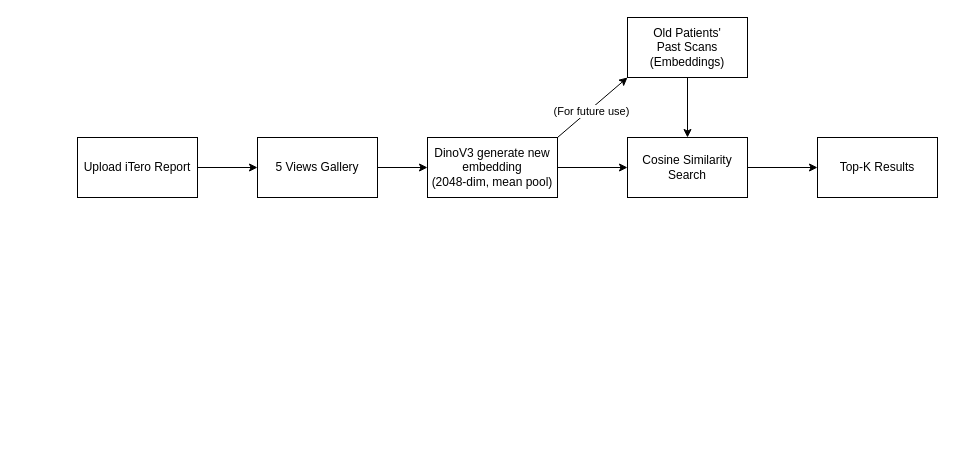
This is newArchitecture copy.dio from otaiwan1/ytp_oasis, a draw.io file, before an edit. Source tidied: cells renumbered, new cells numbered last; positions are measured from the earlier drawing's top-left corner, leaving out a move shared by most shapes. Both pictures are drawn from the tidied source at 100%, with x=0, y=0 at pixel (77, 17).
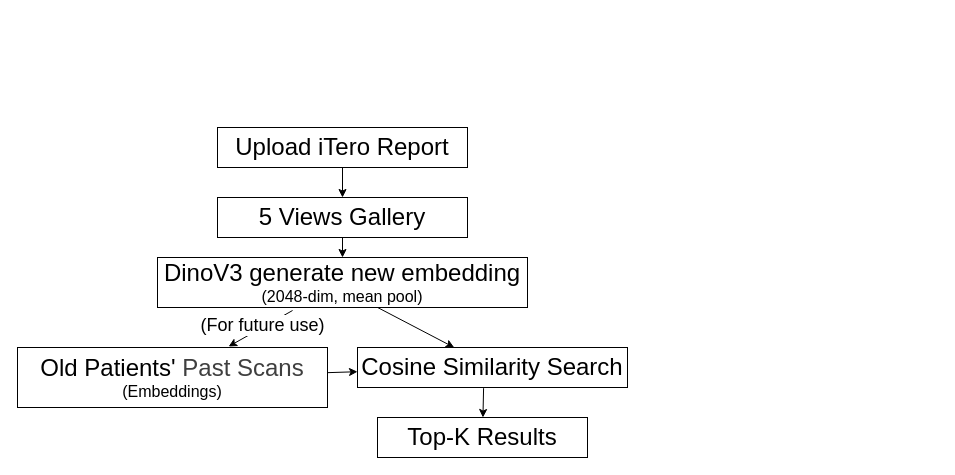
The same page after the edit.

Change to the diagram source:
```diff
@@
 <mxGraphModel>
   <root>
     <mxCell id="0" />
     <mxCell id="1" parent="0" />
     <mxCell id="2" style="edgeStyle=none;html=1;" parent="1" edge="1" source="3" target="5">
       <mxGeometry relative="1" as="geometry" />
     </mxCell>
-    <mxCell id="3" value="Upload iTero Report" style="rounded=0;whiteSpace=wrap;html=1;" parent="1" vertex="1">
-      <mxGeometry y="120" width="120" height="60" as="geometry" />
+    <mxCell id="3" value="&lt;font style=&quot;font-size: 24px;&quot;&gt;Upload iTero Report&lt;/font&gt;" style="rounded=0;whiteSpace=wrap;html=1;" parent="1" vertex="1">
+      <mxGeometry x="140" y="110" width="250" height="40" as="geometry" />
     </mxCell>
     <mxCell id="4" style="edgeStyle=none;html=1;" parent="1" edge="1" source="5" target="9">
       <mxGeometry relative="1" as="geometry" />
     </mxCell>
-    <mxCell id="5" value="5 Views Gallery" style="rounded=0;whiteSpace=wrap;html=1;" parent="1" vertex="1">
-      <mxGeometry x="180" y="120" width="120" height="60" as="geometry" />
+    <mxCell id="5" value="&lt;font style=&quot;font-size: 24px;&quot;&gt;5 Views Gallery&lt;/font&gt;" style="rounded=0;whiteSpace=wrap;html=1;" parent="1" vertex="1">
+      <mxGeometry x="140" y="180" width="250" height="40" as="geometry" />
     </mxCell>
-    <mxCell id="6" style="edgeStyle=none;html=1;exitX=1;exitY=0;exitDx=0;exitDy=0;entryX=0;entryY=1;entryDx=0;entryDy=0;" parent="1" edge="1" source="9" target="11">
+    <mxCell id="6" style="edgeStyle=none;html=1;exitX=0.365;exitY=1.06;exitDx=0;exitDy=0;entryX=0.681;entryY=-0.017;entryDx=0;entryDy=0;exitPerimeter=0;entryPerimeter=0;" parent="1" edge="1" source="9" target="11">
       <mxGeometry relative="1" as="geometry" />
     </mxCell>
-    <mxCell id="7" value="(For future use)" style="edgeLabel;html=1;align=center;verticalAlign=middle;" parent="6" vertex="1">
+    <mxCell id="7" value="&lt;font style=&quot;font-size: 18px;&quot;&gt;(For future use)&lt;/font&gt;" style="edgeLabel;html=1;align=center;verticalAlign=middle;" parent="6" vertex="1">
       <mxGeometry x="-0.07" y="-2" relative="1" as="geometry" />
     </mxCell>
-    <mxCell id="8" style="edgeStyle=none;html=1;" parent="1" edge="1" source="9" target="13">
+    <mxCell id="8" style="edgeStyle=none;html=1;exitX=0.595;exitY=1;exitDx=0;exitDy=0;exitPerimeter=0;" parent="1" edge="1" source="9" target="13">
       <mxGeometry relative="1" as="geometry" />
     </mxCell>
-    <mxCell id="9" value="DinoV3 generate new embedding&lt;div&gt;&lt;div&gt;(2048-dim, mean pool)&lt;/div&gt;&lt;/div&gt;" style="rounded=0;whiteSpace=wrap;html=1;" parent="1" vertex="1">
-      <mxGeometry x="350" y="120" width="130" height="60" as="geometry" />
+    <mxCell id="9" value="&lt;font style=&quot;font-size: 24px;&quot;&gt;DinoV3 generate new embedding&lt;/font&gt;&lt;div&gt;&lt;div&gt;&lt;font size=&quot;3&quot;&gt;(2048-dim, mean pool)&lt;/font&gt;&lt;/div&gt;&lt;/div&gt;" style="rounded=0;whiteSpace=wrap;html=1;" parent="1" vertex="1">
+      <mxGeometry x="80" y="240" width="370" height="50" as="geometry" />
     </mxCell>
     <mxCell id="10" style="edgeStyle=none;html=1;" parent="1" edge="1" source="11" target="13">
       <mxGeometry relative="1" as="geometry" />
     </mxCell>
-    <mxCell id="11" value="Old Patients'&lt;div&gt;Past Scans&lt;div&gt;(Embeddings)&lt;/div&gt;&lt;/div&gt;" style="rounded=0;whiteSpace=wrap;html=1;" parent="1" vertex="1">
-      <mxGeometry x="550" width="120" height="60" as="geometry" />
+    <mxCell id="11" value="&lt;font style=&quot;font-size: 24px;&quot;&gt;Old Patients'&amp;nbsp;&lt;/font&gt;&lt;span style=&quot;color: rgb(63, 63, 63); background-color: transparent;&quot;&gt;&lt;font style=&quot;font-size: 24px;&quot;&gt;Past Scans&lt;/font&gt;&lt;/span&gt;&lt;div&gt;&lt;div&gt;&lt;font size=&quot;3&quot;&gt;(Embeddings)&lt;/font&gt;&lt;/div&gt;&lt;/div&gt;" style="rounded=0;whiteSpace=wrap;html=1;" parent="1" vertex="1">
+      <mxGeometry x="-60" y="330" width="310" height="60" as="geometry" />
     </mxCell>
-    <mxCell id="12" style="edgeStyle=none;html=1;" parent="1" edge="1" source="13" target="14">
+    <mxCell id="12" style="edgeStyle=none;html=1;exitX=0.467;exitY=1.017;exitDx=0;exitDy=0;exitPerimeter=0;" parent="1" edge="1" source="13" target="14">
       <mxGeometry relative="1" as="geometry" />
     </mxCell>
-    <mxCell id="13" value="Cosine Similarity Search" style="rounded=0;whiteSpace=wrap;html=1;" parent="1" vertex="1">
-      <mxGeometry x="550" y="120" width="120" height="60" as="geometry" />
+    <mxCell id="13" value="&lt;font style=&quot;font-size: 24px;&quot;&gt;Cosine Similarity Search&lt;/font&gt;" style="rounded=0;whiteSpace=wrap;html=1;" parent="1" vertex="1">
+      <mxGeometry x="280" y="330" width="270" height="40" as="geometry" />
     </mxCell>
-    <mxCell id="14" value="Top-K Results" style="rounded=0;whiteSpace=wrap;html=1;" parent="1" vertex="1">
-      <mxGeometry x="740" y="120" width="120" height="60" as="geometry" />
+    <mxCell id="14" value="&lt;font style=&quot;font-size: 24px;&quot;&gt;Top-K Results&lt;/font&gt;" style="rounded=0;whiteSpace=wrap;html=1;" parent="1" vertex="1">
+      <mxGeometry x="300" y="400" width="210" height="40" as="geometry" />
     </mxCell>
   </root>
 </mxGraphModel>
```
